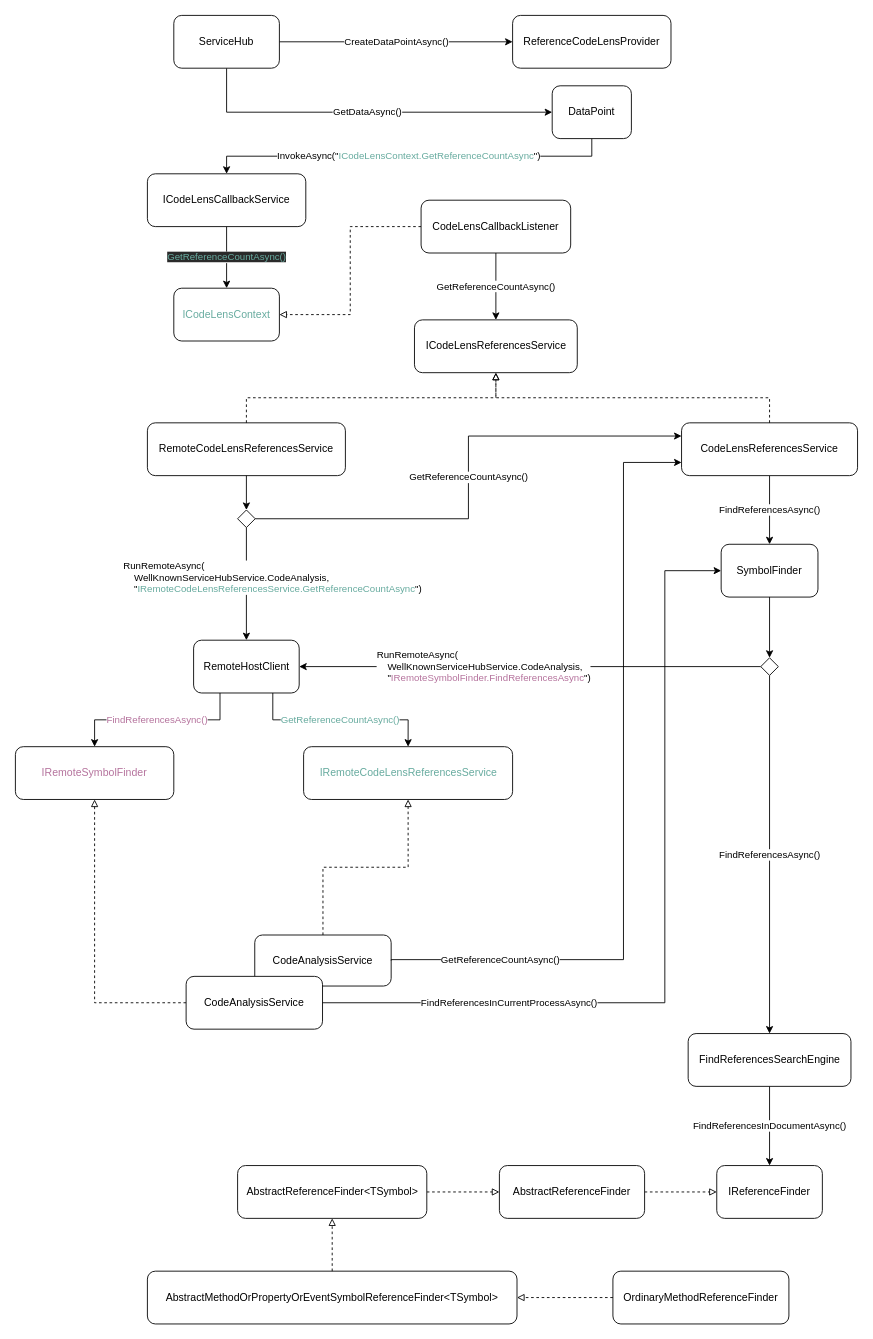
Earlier version of the draw.io diagram research/references-code-lens-call-graph.drawio (bert2/microscope). Source tidied: cells renumbered, new cells numbered last; positions are measured from the earlier drawing's top-left corner, leaving out a move shared by most shapes. Both pictures are drawn from the tidied source at 88%, with x=0, y=0 at pixel (15, 15).
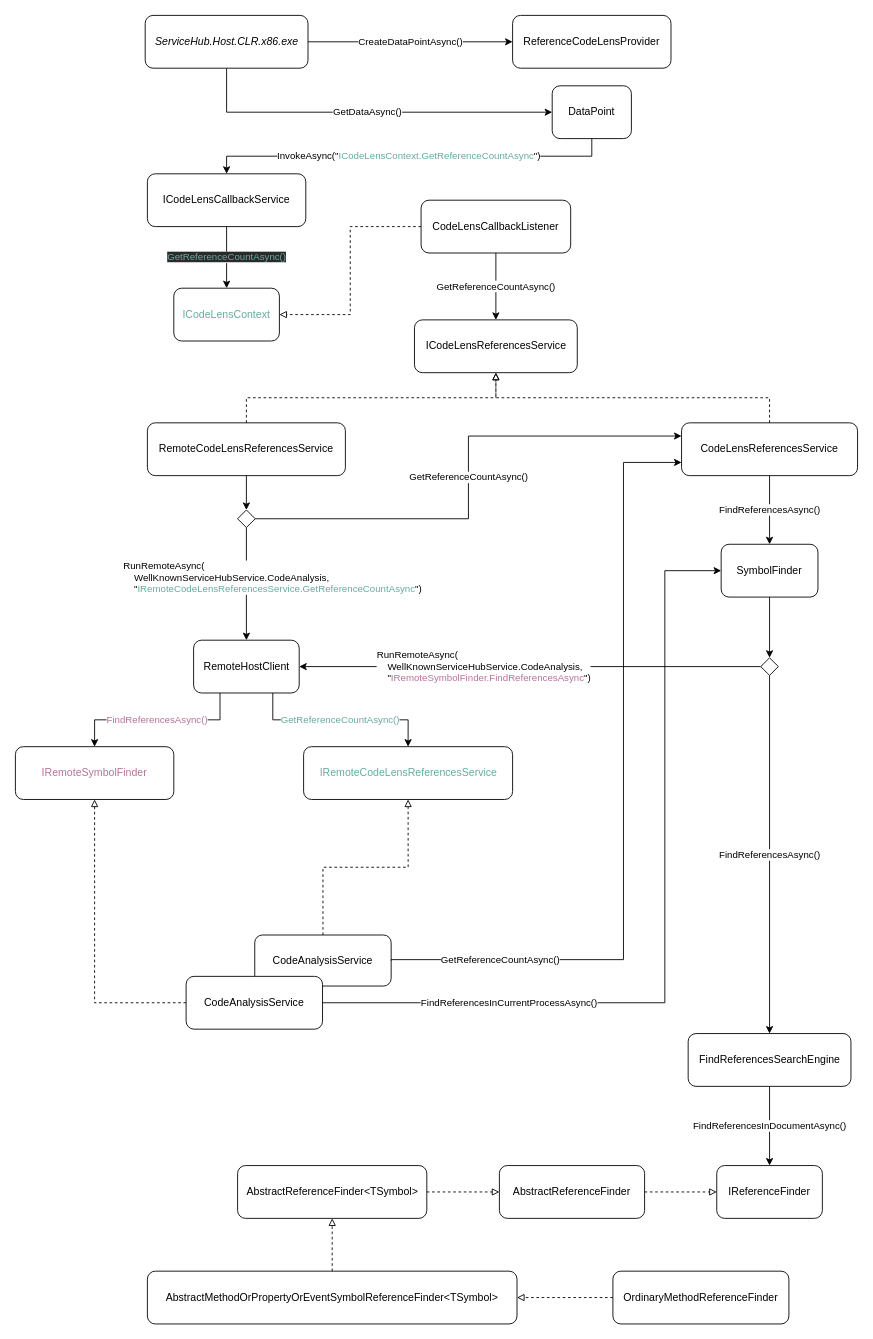
After the change.

Commit message (it also covers changes not shown here):
fix name of entry point

What changed in the source:
```diff
@@
-    <mxCell id="10" value="ServiceHub" style="rounded=1;whiteSpace=wrap;html=1;" parent="1" vertex="1">
-      <mxGeometry x="180" width="120" height="60" as="geometry" />
+    <mxCell id="10" value="&lt;i&gt;ServiceHub.Host.CLR.x86.exe&lt;/i&gt;" style="rounded=1;whiteSpace=wrap;html=1;" parent="1" vertex="1">
+      <mxGeometry x="147.5" width="185" height="60" as="geometry" />
     </mxCell>
```
